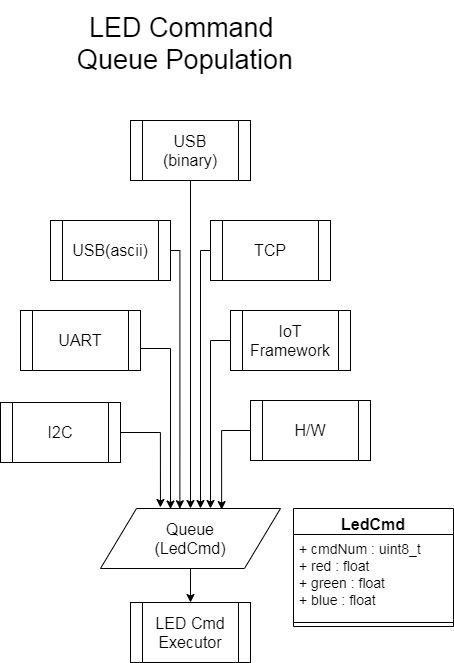
This is LedCmdQueuePopulation.png from brian-amos-embedded/rtosDiagrams, a draw.io export, as it was before one commit. Source tidied: cells renumbered, new cells last; positions are measured from the earlier drawing's top-left corner, leaving out a move shared by most shapes.
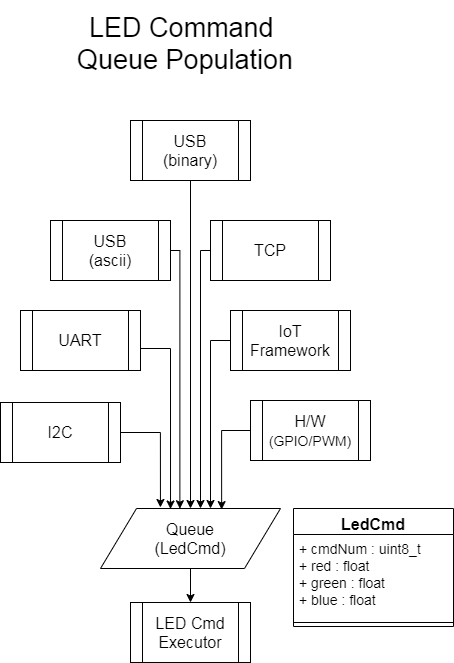
The same file after the commit.

The edit, as a diff of the source:
```diff
@@ -41,7 +41,7 @@
         </Array>
       </mxGeometry>
     </mxCell>
-    <mxCell id="11" value="USB(ascii)" style="shape=process;whiteSpace=wrap;html=1;backgroundOutline=1;fontSize=16;" parent="1" vertex="1">
+    <mxCell id="11" value="USB&lt;br&gt;(ascii)" style="shape=process;whiteSpace=wrap;html=1;backgroundOutline=1;fontSize=16;" parent="1" vertex="1">
       <mxGeometry x="50" y="220" width="120" height="60" as="geometry" />
     </mxCell>
     <mxCell id="12" style="edgeStyle=orthogonalEdgeStyle;rounded=0;jettySize=auto;html=1;entryX=0.5;entryY=0;entryDx=0;entryDy=0;" parent="1" edge="1" source="13" target="5">
@@ -88,7 +88,7 @@
         </Array>
       </mxGeometry>
     </mxCell>
-    <mxCell id="22" value="H/W" style="shape=process;whiteSpace=wrap;html=1;backgroundOutline=1;fontSize=16;" parent="1" vertex="1">
+    <mxCell id="22" value="H/W&lt;br&gt;&lt;font style=&quot;font-size: 14px&quot;&gt;(GPIO/PWM)&lt;/font&gt;" style="shape=process;whiteSpace=wrap;html=1;backgroundOutline=1;fontSize=16;" parent="1" vertex="1">
       <mxGeometry x="250" y="400" width="120" height="60" as="geometry" />
     </mxCell>
   </root>
```
